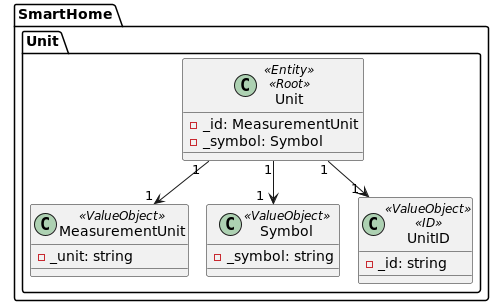
This is docs/general/agreggateModels/Unit.png from olivDiogo/SmartHome, a PlantUML export, as it was before one commit. The source it was exported from:
```plantuml
@startuml
!pragma layout smetana

package SmartHome.Unit {
    class Unit <<Entity>><<Root>> {
        - _id: MeasurementUnit
        - _symbol: Symbol
    }
    class MeasurementUnit <<ValueObject>> {
        - _unit: string
        }
    class Symbol<<ValueObject>> {
        - _symbol: string
        }
     class UnitID <<ValueObject>><<ID>> {
        - _id: string
        }

Unit "1  " --> "1" MeasurementUnit
Unit "1" --> "1  " Symbol
Unit "1" --> "1  " UnitID
}
@enduml
```
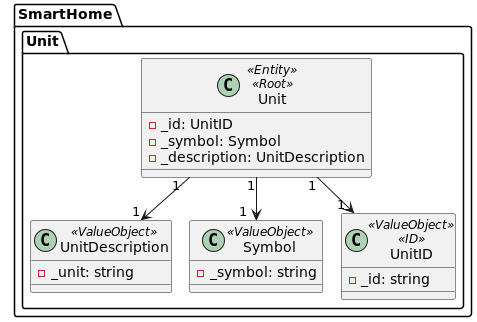
The same diagram one commit later.

The edit, as a diff of the source:
```diff
@@ -3,10 +3,12 @@
 
 package SmartHome.Unit {
     class Unit <<Entity>><<Root>> {
-        - _id: MeasurementUnit
+        - _id: UnitID
         - _symbol: Symbol
+        - _description: UnitDescription
+
     }
-    class MeasurementUnit <<ValueObject>> {
+    class UnitDescription <<ValueObject>> {
         - _unit: string
         }
     class Symbol<<ValueObject>> {
@@ -16,7 +18,7 @@
         - _id: string
         }
 
-Unit "1  " --> "1" MeasurementUnit
+Unit "1  " --> "1" UnitDescription
 Unit "1" --> "1  " Symbol
 Unit "1" --> "1  " UnitID
 }
```
